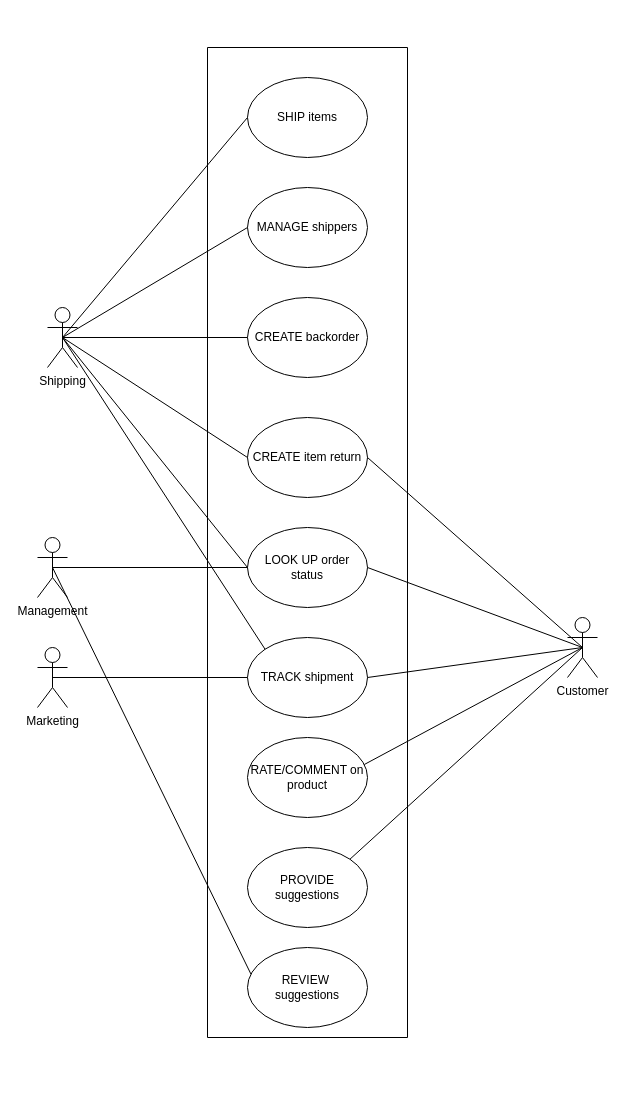
Earlier version of the draw.io diagram Object Oriented Systems - COMP CO835/Assignments/Assignment2-diagram.drawio (Learning-Journey-Tcoons1413/Semester-3). Source tidied: cells renumbered, new cells numbered last; positions are measured from the earlier drawing's top-left corner, leaving out a move shared by most shapes. Both pictures are drawn from the tidied source at 100%, with x=0, y=0 at pixel (37, 47).
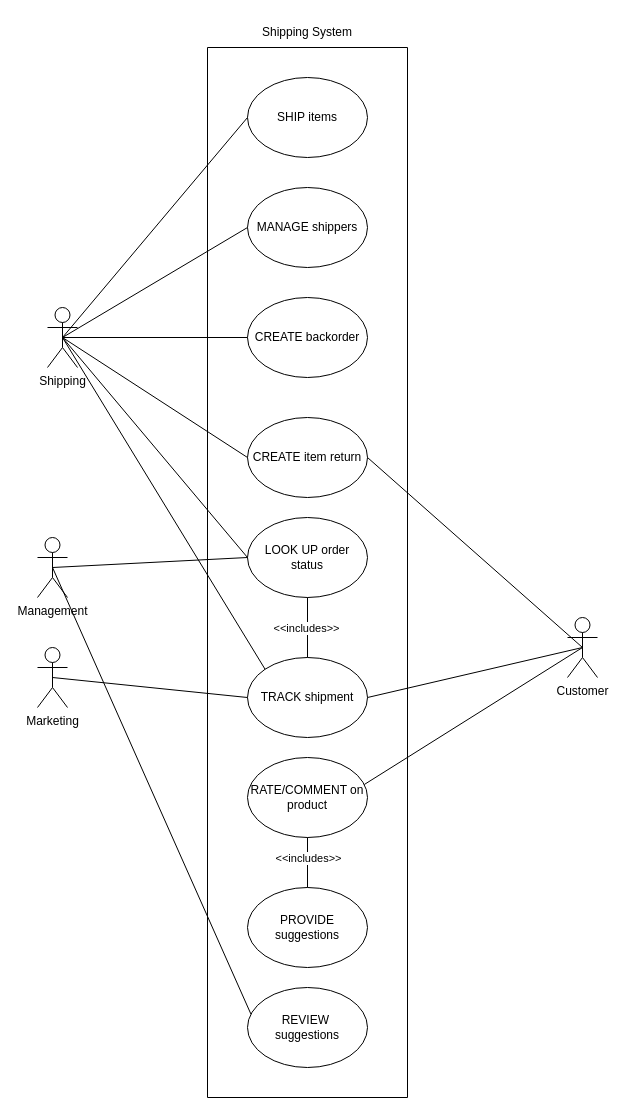
The same page after the edit.

Unchanged cells that the change refers to:
```xml
<mxCell id="13" value="Customer" style="shape=umlActor;verticalLabelPosition=bottom;verticalAlign=top;html=1;outlineConnect=0;" parent="1" vertex="1">
  <mxGeometry x="530" y="570" width="30" height="60" as="geometry" />
</mxCell>
```

Diff of the diagram source:
```diff
@@
     <mxCell id="2" style="swimlane;startSize=0;" parent="1" vertex="1">
-      <mxGeometry x="170" width="200" height="990" as="geometry" />
+      <mxGeometry x="170" width="200" height="1050" as="geometry" />
     </mxCell>
@@
     <mxCell id="7" value="LOOK UP order status" style="ellipse;whiteSpace=wrap;html=1;" parent="2" vertex="1">
-      <mxGeometry x="40" y="480" width="120" height="80" as="geometry" />
+      <mxGeometry x="40" y="470" width="120" height="80" as="geometry" />
     </mxCell>
     <mxCell id="8" value="TRACK shipment" style="ellipse;whiteSpace=wrap;html=1;" parent="2" vertex="1">
-      <mxGeometry x="40" y="590" width="120" height="80" as="geometry" />
+      <mxGeometry x="40" y="610" width="120" height="80" as="geometry" />
     </mxCell>
     <mxCell id="9" value="RATE/COMMENT on product" style="ellipse;whiteSpace=wrap;html=1;" parent="2" vertex="1">
-      <mxGeometry x="40" y="690" width="120" height="80" as="geometry" />
+      <mxGeometry x="40" y="710" width="120" height="80" as="geometry" />
     </mxCell>
     <mxCell id="10" value="PROVIDE suggestions" style="ellipse;whiteSpace=wrap;html=1;" parent="2" vertex="1">
-      <mxGeometry x="40" y="800" width="120" height="80" as="geometry" />
+      <mxGeometry x="40" y="840" width="120" height="80" as="geometry" />
     </mxCell>
     <mxCell id="11" value="REVIEW&amp;nbsp;&lt;div&gt;suggestions&lt;/div&gt;" style="ellipse;whiteSpace=wrap;html=1;" parent="2" vertex="1">
-      <mxGeometry x="40" y="900" width="120" height="80" as="geometry" />
+      <mxGeometry x="40" y="940" width="120" height="80" as="geometry" />
     </mxCell>
+    <mxCell id="30" style="endArrow=none;html=1;rounded=0;exitX=0.5;exitY=0;exitDx=0;exitDy=0;entryX=0.5;entryY=1;entryDx=0;entryDy=0;" parent="2" edge="1" source="8" target="7">
+      <mxGeometry relative="1" as="geometry" />
+    </mxCell>
+    <mxCell id="31" value="&amp;lt;&amp;lt;includes&amp;gt;&amp;gt;" style="edgeLabel;html=1;align=center;verticalAlign=middle;" parent="30" vertex="1">
+      <mxGeometry y="2" relative="1" as="geometry" />
+    </mxCell>
+    <mxCell id="32" style="endArrow=none;html=1;rounded=0;exitX=0.5;exitY=0;exitDx=0;exitDy=0;entryX=0.5;entryY=1;entryDx=0;entryDy=0;" parent="2" edge="1" source="10" target="9">
+      <mxGeometry relative="1" as="geometry" />
+    </mxCell>
+    <mxCell id="33" value="&amp;lt;&amp;lt;includes&amp;gt;&amp;gt;" style="edgeLabel;html=1;align=center;verticalAlign=middle;" parent="32" vertex="1">
+      <mxGeometry x="0.2" relative="1" as="geometry" />
+    </mxCell>
@@
-    <mxCell id="22" style="endArrow=none;html=1;rounded=0;entryX=0.5;entryY=0.5;entryDx=0;entryDy=0;entryPerimeter=0;exitX=1;exitY=0.5;exitDx=0;exitDy=0;" parent="1" edge="1" source="7" target="13">
-      <mxGeometry relative="1" as="geometry" />
-    </mxCell>
@@
-    <mxCell id="28" style="endArrow=none;html=1;rounded=0;entryX=0.5;entryY=0.5;entryDx=0;entryDy=0;entryPerimeter=0;exitX=1;exitY=0;exitDx=0;exitDy=0;" parent="1" edge="1" source="10" target="13">
-      <mxGeometry relative="1" as="geometry" />
-    </mxCell>
@@
+    <mxCell id="34" value="Shipping System" style="text;html=1;align=center;verticalAlign=middle;whiteSpace=wrap;rounded=0;" parent="1" vertex="1">
+      <mxGeometry x="210" y="-30" width="120" height="30" as="geometry" />
+    </mxCell>
```
